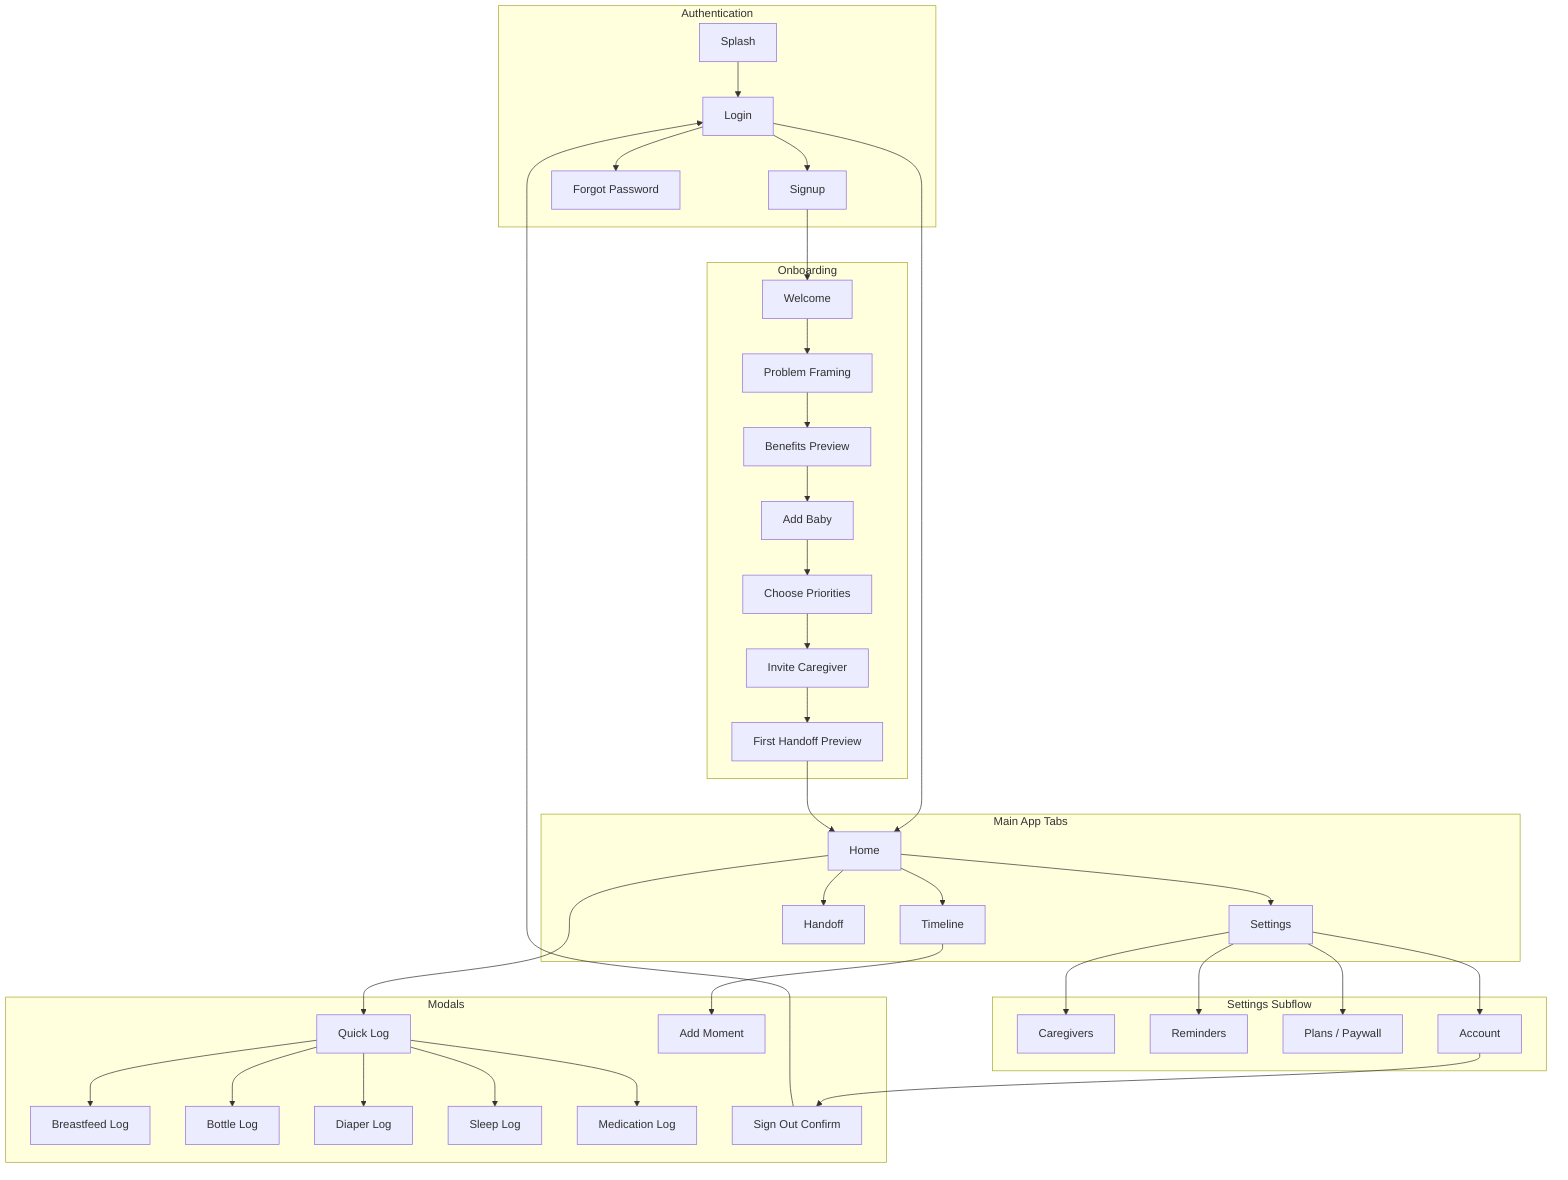
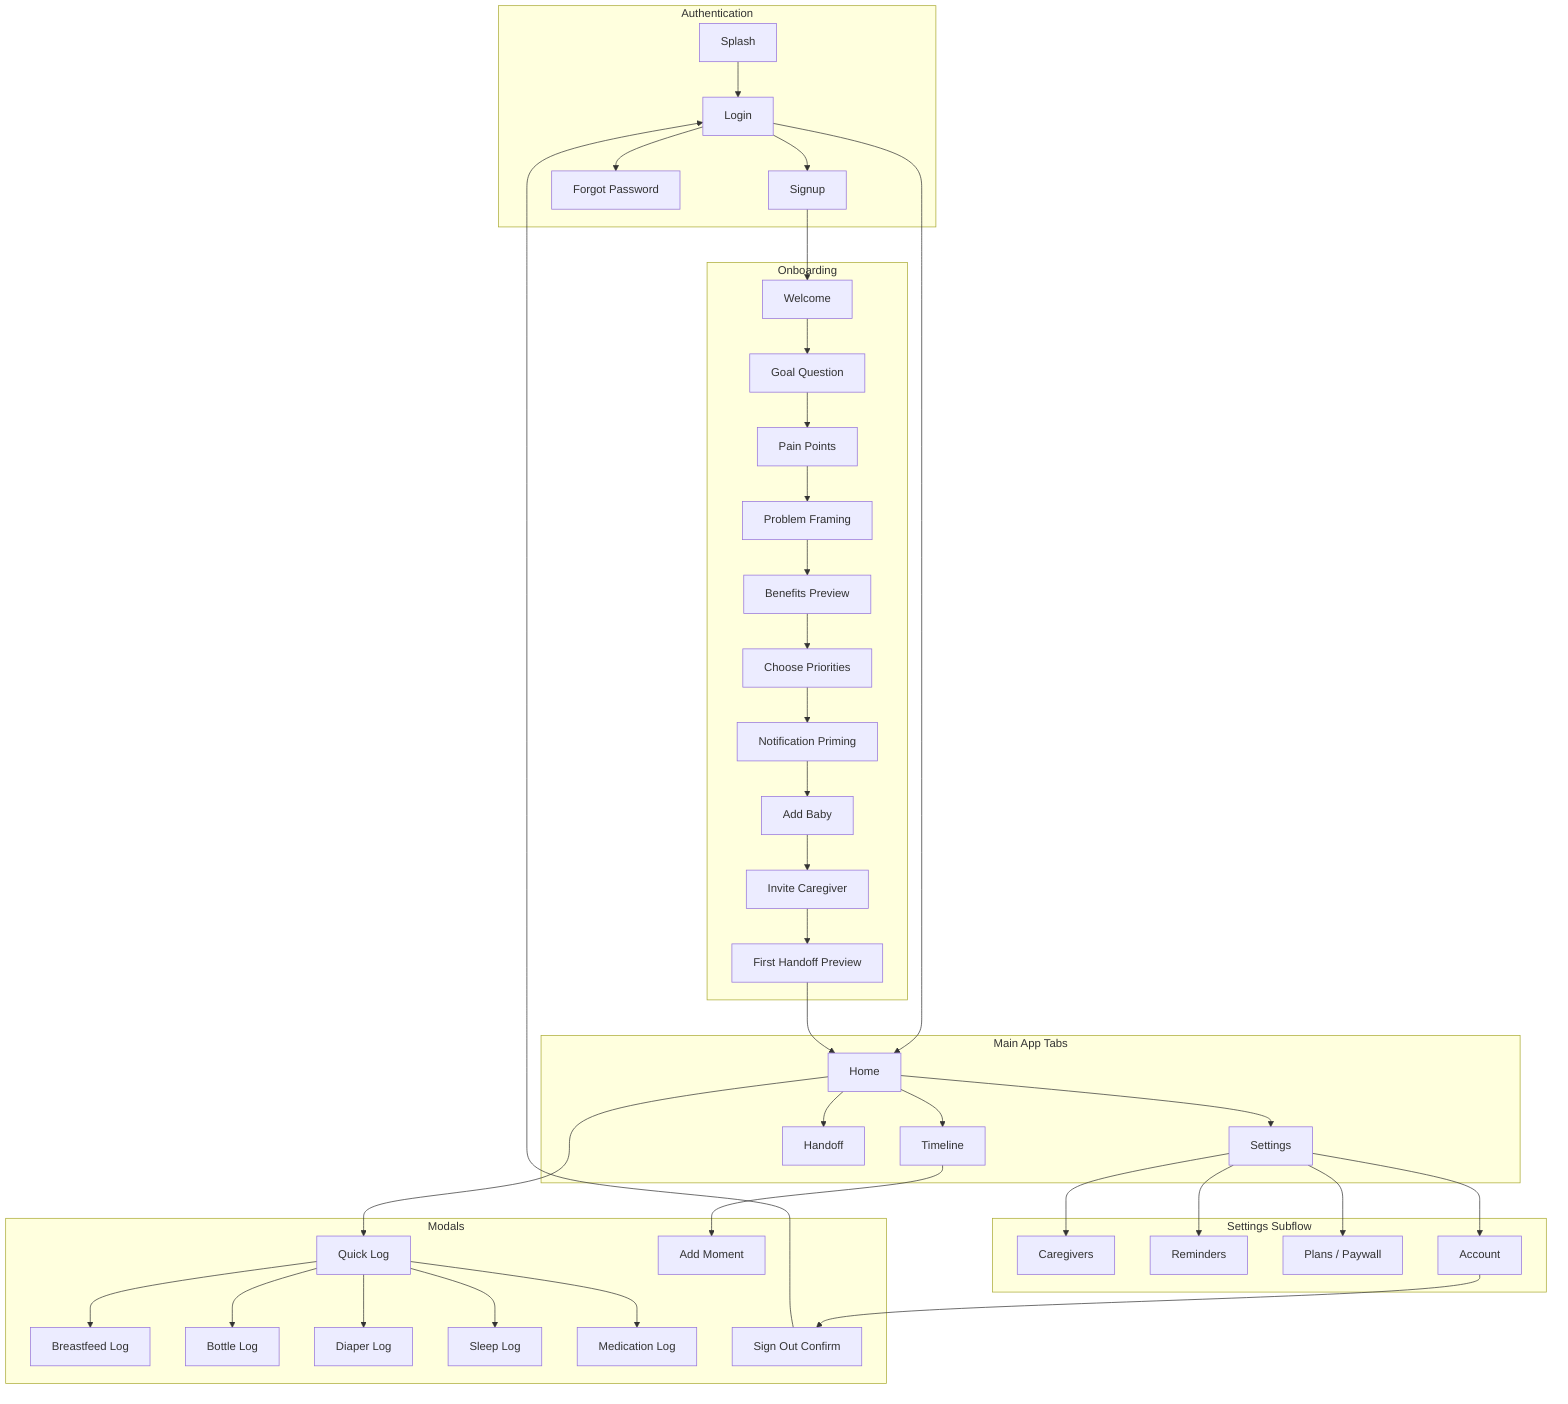
flowchart TD
    subgraph AuthFlow["Authentication"]
        A[Splash]
        B[Login]
        C[Signup]
        D[Forgot Password]
    end

    subgraph Onboarding["Onboarding"]
        E[Welcome]
-         F[Problem Framing]
-         G[Benefits Preview]
-         H[Add Baby]
-         I[Choose Priorities]
-         J[Invite Caregiver]
-         K[First Handoff Preview]
+         F[Goal Question]
+         G[Pain Points]
+         H[Problem Framing]
+         I[Benefits Preview]
+         J[Choose Priorities]
+         K[Notification Priming]
+         AB[Add Baby]
+         AC[Invite Caregiver]
+         AD[First Handoff Preview]
    end

    subgraph MainApp["Main App Tabs"]
        L[Home]
        M[Timeline]
        N[Handoff]
        O[Settings]
    end

    subgraph Modals["Modals"]
        P[Quick Log]
        Q[Breastfeed Log]
        R[Bottle Log]
        S[Diaper Log]
        T[Sleep Log]
        U[Medication Log]
        V[Add Moment]
        W[Sign Out Confirm]
    end

    subgraph SettingsFlow["Settings Subflow"]
        X[Caregivers]
        Y[Reminders]
        Z[Plans / Paywall]
        AA[Account]
    end

    A --> B
    B --> C
    B --> D
    B --> L
    C --> E

    E --> F
    F --> G
    G --> H
    H --> I
    I --> J
    J --> K
-     K --> L
+     K --> AB
+     AB --> AC
+     AC --> AD
+     AD --> L

    L --> P
    P --> Q
    P --> R
    P --> S
    P --> T
    P --> U

    L --> M
    L --> N
    L --> O

    M --> V

    O --> X
    O --> Y
    O --> Z
    O --> AA
    AA --> W
    W --> B
